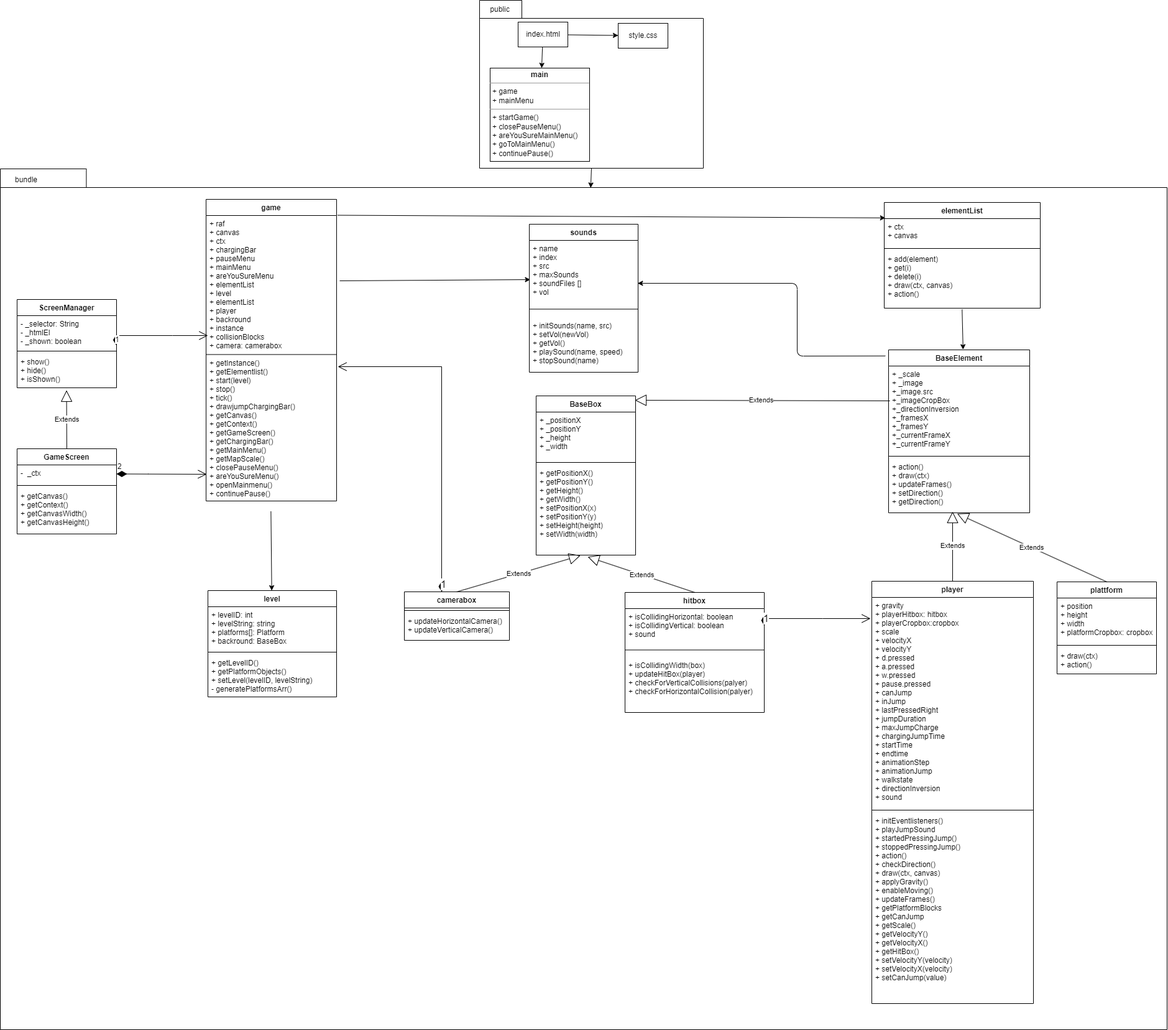
ozhadykov/browsergame-v2 keeps this draw.io diagram as klassendiagramm.png. Above is the earlier version. Source tidied: cells renumbered, new cells last; positions are measured from the earlier drawing's top-left corner, leaving out a move shared by most shapes.
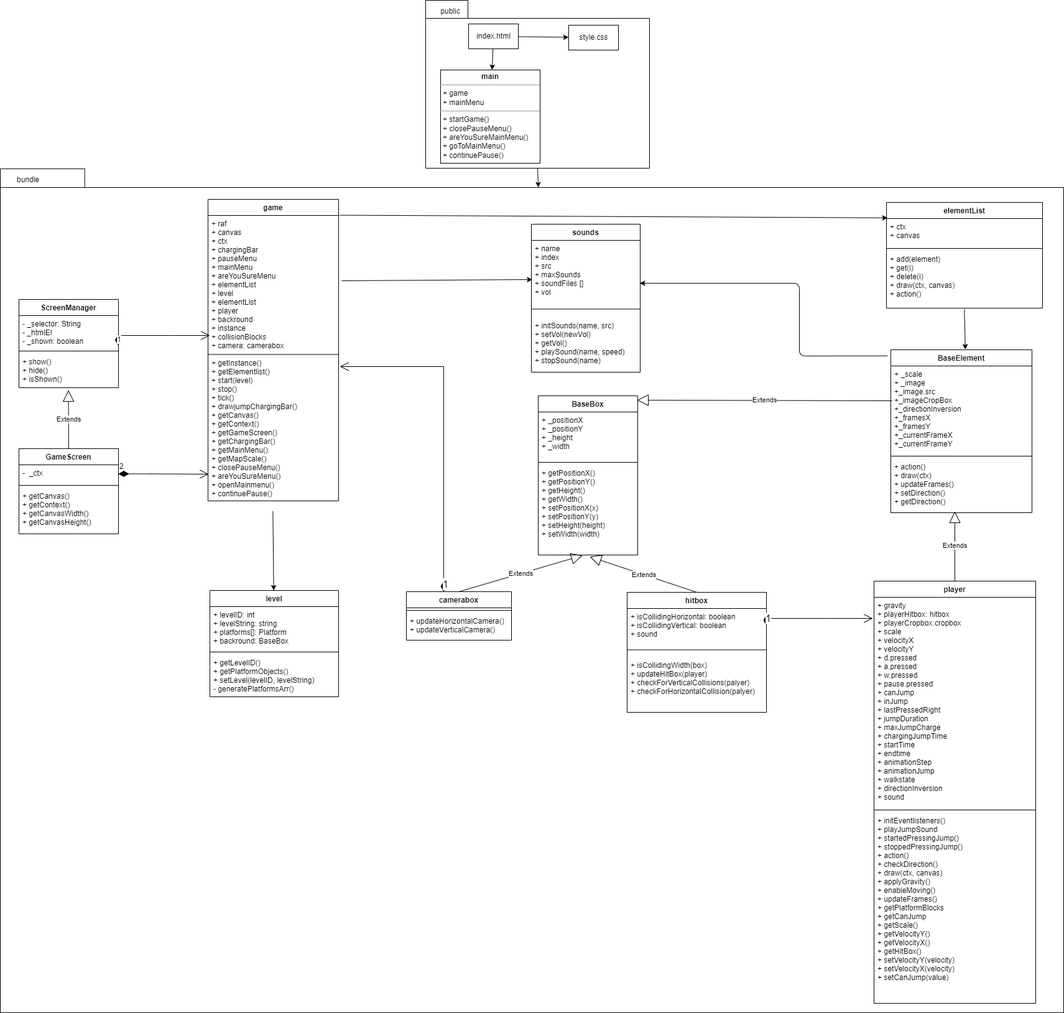
Later version of the same file.

Diff of the diagram source:
```diff
@@ -3,13 +3,13 @@
     <mxCell id="0" />
     <mxCell id="1" parent="0" />
     <mxCell id="2" value="&lt;span style=&quot;color: rgba(0, 0, 0, 0); font-family: monospace; font-size: 0px; font-weight: 400; text-align: start;&quot;&gt;%3CmxGraphModel%3E%3Croot%3E%3CmxCell%20id%3D%220%22%2F%3E%3CmxCell%20id%3D%221%22%20parent%3D%220%22%2F%3E%3CmxCell%20id%3D%222%22%20value%3D%22backround%26%2310%3B%22%20style%3D%22swimlane%3BfontStyle%3D1%3Balign%3Dcenter%3BverticalAlign%3Dtop%3BchildLayout%3DstackLayout%3Bhorizontal%3D1%3BstartSize%3D26%3BhorizontalStack%3D0%3BresizeParent%3D1%3BresizeParentMax%3D0%3BresizeLast%3D0%3Bcollapsible%3D1%3BmarginBottom%3D0%3B%22%20vertex%3D%221%22%20parent%3D%221%22%3E%3CmxGeometry%20x%3D%22-80%22%20y%3D%22950%22%20width%3D%22160%22%20height%3D%2286%22%20as%3D%22geometry%22%2F%3E%3C%2FmxCell%3E%3CmxCell%20id%3D%223%22%20value%3D%22%2B%20field%3A%20type%22%20style%3D%22text%3BstrokeColor%3Dnone%3BfillColor%3Dnone%3Balign%3Dleft%3BverticalAlign%3Dtop%3BspacingLeft%3D4%3BspacingRight%3D4%3Boverflow%3Dhidden%3Brotatable%3D0%3Bpoints%3D%5B%5B0%2C0.5%5D%2C%5B1%2C0.5%5D%5D%3BportConstraint%3Deastwest%3B%22%20vertex%3D%221%22%20parent%3D%222%22%3E%3CmxGeometry%20y%3D%2226%22%20width%3D%22160%22%20height%3D%2226%22%20as%3D%22geometry%22%2F%3E%3C%2FmxCell%3E%3CmxCell%20id%3D%224%22%20value%3D%22%22%20style%3D%22line%3BstrokeWidth%3D1%3BfillColor%3Dnone%3Balign%3Dleft%3BverticalAlign%3Dmiddle%3BspacingTop%3D-1%3BspacingLeft%3D3%3BspacingRight%3D3%3Brotatable%3D0%3BlabelPosition%3Dright%3Bpoints%3D%5B%5D%3BportConstraint%3Deastwest%3BstrokeColor%3Dinherit%3B%22%20vertex%3D%221%22%20parent%3D%222%22%3E%3CmxGeometry%20y%3D%2252%22%20width%3D%22160%22%20height%3D%228%22%20as%3D%22geometry%22%2F%3E%3C%2FmxCell%3E%3CmxCell%20id%3D%225%22%20value%3D%22%2B%20method(type)%3A%20type%22%20style%3D%22text%3BstrokeColor%3Dnone%3BfillColor%3Dnone%3Balign%3Dleft%3BverticalAlign%3Dtop%3BspacingLeft%3D4%3BspacingRight%3D4%3Boverflow%3Dhidden%3Brotatable%3D0%3Bpoints%3D%5B%5B0%2C0.5%5D%2C%5B1%2C0.5%5D%5D%3BportConstraint%3Deastwest%3B%22%20vertex%3D%221%22%20parent%3D%222%22%3E%3CmxGeometry%20y%3D%2260%22%20width%3D%22160%22%20height%3D%2226%22%20as%3D%22geometry%22%2F%3E%3C%2FmxCell%3E%3C%2Froot%3E%3C%2FmxGraphModel%3E&lt;/span&gt;" style="shape=folder;fontStyle=1;spacingTop=10;tabWidth=50;tabHeight=30;tabPosition=left;html=1;" parent="1" vertex="1">
-      <mxGeometry y="271" width="1877" height="1384" as="geometry" />
+      <mxGeometry x="-3" y="271" width="1710" height="1357" as="geometry" />
     </mxCell>
     <mxCell id="3" style="shape=folder;fontStyle=1;spacingTop=10;tabWidth=68;tabHeight=29;tabPosition=left;html=1;" parent="1" vertex="1">
-      <mxGeometry x="771" width="360" height="270" as="geometry" />
+      <mxGeometry x="681" width="360" height="270" as="geometry" />
     </mxCell>
     <mxCell id="4" value="&lt;p style=&quot;margin:0px;margin-top:4px;text-align:center;&quot;&gt;&lt;b&gt;main&lt;/b&gt;&lt;/p&gt;&lt;hr size=&quot;1&quot;&gt;&lt;p style=&quot;margin:0px;margin-left:4px;&quot;&gt;+ game&lt;/p&gt;&lt;p style=&quot;margin:0px;margin-left:4px;&quot;&gt;+ mainMenu&lt;/p&gt;&lt;hr size=&quot;1&quot;&gt;&lt;p style=&quot;margin:0px;margin-left:4px;&quot;&gt;+ startGame()&lt;/p&gt;&lt;p style=&quot;margin:0px;margin-left:4px;&quot;&gt;+ closePauseMenu()&lt;/p&gt;&lt;p style=&quot;margin:0px;margin-left:4px;&quot;&gt;+ areYouSureMainMenu()&lt;/p&gt;&lt;p style=&quot;margin:0px;margin-left:4px;&quot;&gt;+ goToMainMenu()&lt;/p&gt;&lt;p style=&quot;margin:0px;margin-left:4px;&quot;&gt;+ continuePause()&lt;/p&gt;" style="verticalAlign=top;align=left;overflow=fill;fontSize=12;fontFamily=Helvetica;html=1;" parent="1" vertex="1">
-      <mxGeometry x="788" y="109" width="160" height="150" as="geometry" />
+      <mxGeometry x="705" y="112" width="160" height="150" as="geometry" />
     </mxCell>
     <mxCell id="5" style="edgeStyle=none;html=1;" parent="1" edge="1" source="7" target="8">
       <mxGeometry relative="1" as="geometry" />
@@ -18,13 +18,13 @@
       <mxGeometry relative="1" as="geometry" />
     </mxCell>
     <mxCell id="7" value="index.html" style="html=1;" parent="1" vertex="1">
-      <mxGeometry x="833" y="35" width="80" height="40" as="geometry" />
+      <mxGeometry x="750" y="38" width="80" height="40" as="geometry" />
     </mxCell>
     <mxCell id="8" value="style.css" style="html=1;" parent="1" vertex="1">
-      <mxGeometry x="994" y="37" width="80" height="40" as="geometry" />
+      <mxGeometry x="911" y="40" width="80" height="40" as="geometry" />
     </mxCell>
     <mxCell id="9" value="public" style="text;html=1;strokeColor=none;fillColor=none;align=center;verticalAlign=middle;whiteSpace=wrap;rounded=0;" parent="1" vertex="1">
-      <mxGeometry x="774" width="60" height="30" as="geometry" />
+      <mxGeometry x="691" y="3" width="60" height="30" as="geometry" />
     </mxCell>
     <mxCell id="10" value="bundle" style="text;html=1;strokeColor=none;fillColor=none;align=center;verticalAlign=middle;whiteSpace=wrap;rounded=0;" parent="1" vertex="1">
       <mxGeometry x="12" y="274" width="60" height="30" as="geometry" />
@@ -80,26 +80,11 @@
     <mxCell id="27" value="+ initEventlisteners()&#10;+ playJumpSound&#10;+ startedPressingJump()&#10;+ stoppedPressingJump()&#10;+ action()&#10;+ checkDirection()&#10;+ draw(ctx, canvas)&#10;+ applyGravity()&#10;+ enableMoving()&#10;+ updateFrames()&#10;+ getPlatformBlocks&#10;+ getCanJump&#10;+ getScale()&#10;+ getVelocityY()&#10;+ getVelocityX()&#10;+ getHitBox()&#10;+ setVelocityY(velocity)&#10;+ setVelocityX(velocity)&#10;+ setCanJump(value)&#10;&#10;" style="text;strokeColor=none;fillColor=none;align=left;verticalAlign=top;spacingLeft=4;spacingRight=4;overflow=hidden;" parent="24" vertex="1">
       <mxGeometry y="372" width="260" height="307" as="geometry" />
     </mxCell>
-    <mxCell id="28" value="plattform&#10;" style="swimlane;fontStyle=1;align=center;verticalAlign=top;horizontal=1;startSize=26;" parent="1" vertex="1">
-      <mxGeometry x="1700" y="935" width="160" height="148" as="geometry" />
-    </mxCell>
-    <mxCell id="29" value="+ position&#10;+ height&#10;+ width&#10;+ platformCropbox: cropbox" style="text;strokeColor=none;fillColor=none;align=left;verticalAlign=top;spacingLeft=4;spacingRight=4;overflow=hidden;" parent="28" vertex="1">
-      <mxGeometry y="26" width="160" height="72" as="geometry" />
-    </mxCell>
-    <mxCell id="30" style="line;strokeWidth=1;fillColor=none;align=left;verticalAlign=middle;spacingTop=-1;spacingLeft=3;spacingRight=3;labelPosition=right;strokeColor=inherit;" parent="28" vertex="1">
-      <mxGeometry y="98" width="160" height="8" as="geometry" />
-    </mxCell>
-    <mxCell id="31" value="+ draw(ctx)&#10;+ action()" style="text;strokeColor=none;fillColor=none;align=left;verticalAlign=top;spacingLeft=4;spacingRight=4;overflow=hidden;" parent="28" vertex="1">
-      <mxGeometry y="106" width="160" height="42" as="geometry" />
-    </mxCell>
     <mxCell id="32" value="Extends" style="endArrow=block;endSize=16;endFill=0;html=1;exitX=0.5;exitY=0;exitDx=0;exitDy=0;" parent="1" edge="1" source="24">
       <mxGeometry relative="1" as="geometry">
         <mxPoint x="1532" y="822" as="targetPoint" />
       </mxGeometry>
     </mxCell>
-    <mxCell id="33" value="Extends" style="endArrow=block;endSize=16;endFill=0;html=1;exitX=0.5;exitY=0;exitDx=0;exitDy=0;entryX=0.486;entryY=1.015;entryDx=0;entryDy=0;entryPerimeter=0;" parent="1" edge="1" source="28" target="22">
-      <mxGeometry relative="1" as="geometry" />
-    </mxCell>
     <mxCell id="34" style="edgeStyle=none;html=1;exitX=0.5;exitY=1;exitDx=0;exitDy=0;exitPerimeter=0;entryX=0.506;entryY=0.022;entryDx=0;entryDy=0;entryPerimeter=0;" parent="1" edge="1" source="3" target="2">
       <mxGeometry relative="1" as="geometry" />
     </mxCell>
```
